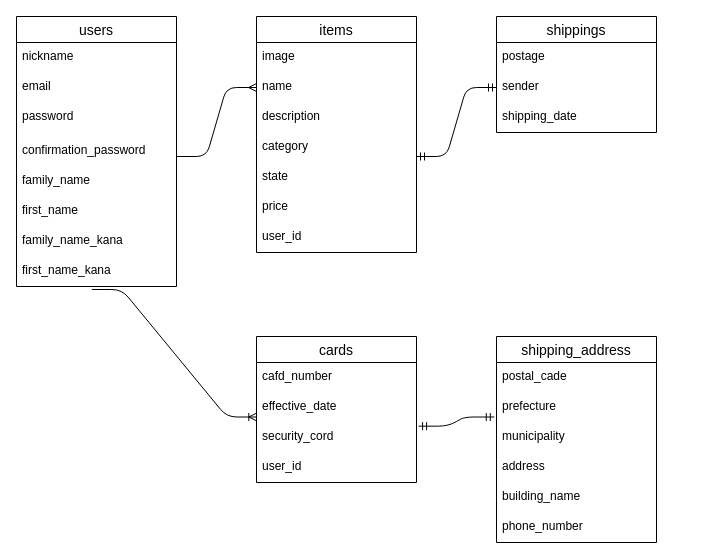
Above: furima.dio in cacaoman/furima-31730 (draw.io), before the change. Source tidied: cells renumbered, new cells numbered last; positions are measured from the earlier drawing's top-left corner, leaving out a move shared by most shapes. Both pictures are drawn from the tidied source at 100%, with x=0, y=0 at pixel (16, 16).
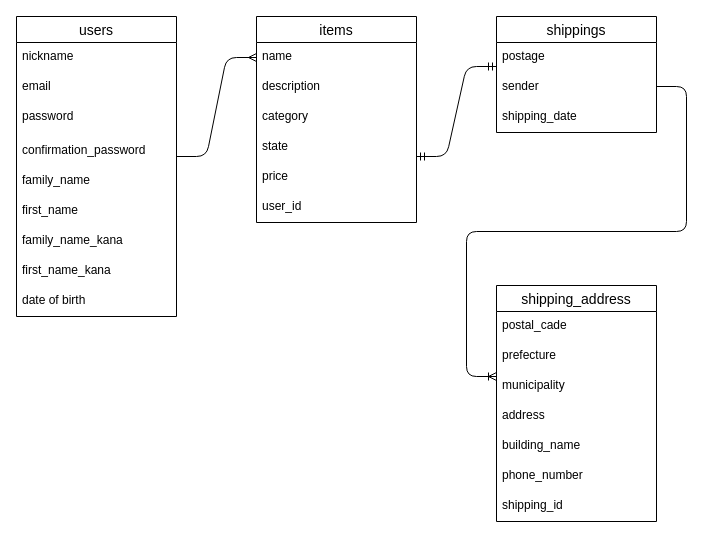
The same diagram, later.

Commit message (it also covers changes not shown here):
データベース設計(改訂版その1)

The change refers to these unchanged cells:
```xml
<mxCell id="10" value="first_name_kana" style="text;strokeColor=none;fillColor=none;spacingLeft=4;spacingRight=4;overflow=hidden;points=[[0,0.5],[1,0.5]];portConstraint=eastwest;fontSize=12;" parent="2" vertex="1">
  <mxGeometry y="240" width="160" height="30" as="geometry" />
</mxCell>
<mxCell id="21" value="postage" style="text;strokeColor=none;fillColor=none;spacingLeft=4;spacingRight=4;overflow=hidden;points=[[0,0.5],[1,0.5]];portConstraint=eastwest;fontSize=12;" parent="20" vertex="1">
  <mxGeometry y="26" width="160" height="30" as="geometry" />
</mxCell>
<mxCell id="22" value="sender" style="text;strokeColor=none;fillColor=none;spacingLeft=4;spacingRight=4;overflow=hidden;points=[[0,0.5],[1,0.5]];portConstraint=eastwest;fontSize=12;" parent="20" vertex="1">
  <mxGeometry y="56" width="160" height="30" as="geometry" />
</mxCell>
<mxCell id="29" value="prefecture" style="text;strokeColor=none;fillColor=none;spacingLeft=4;spacingRight=4;overflow=hidden;points=[[0,0.5],[1,0.5]];portConstraint=eastwest;fontSize=12;" parent="27" vertex="1">
  <mxGeometry y="56" width="160" height="30" as="geometry" />
</mxCell>
```

The edit, as a diff of the source:
```diff
@@
     <mxCell id="2" value="users" style="swimlane;fontStyle=0;horizontal=1;startSize=26;align=center;fontSize=14;" parent="1" vertex="1">
-      <mxGeometry width="160" height="270" as="geometry" />
+      <mxGeometry width="160" height="300" as="geometry" />
     </mxCell>
@@
+    <mxCell id="39" value="date of birth" style="text;strokeColor=none;fillColor=none;spacingLeft=4;spacingRight=4;overflow=hidden;fontSize=12;" parent="2" vertex="1">
+      <mxGeometry y="270" width="160" height="30" as="geometry" />
+    </mxCell>
@@
     <mxCell id="12" value="items" style="swimlane;fontStyle=0;horizontal=1;startSize=26;align=center;fontSize=14;" parent="1" vertex="1">
-      <mxGeometry x="240" width="160" height="236" as="geometry" />
+      <mxGeometry x="240" width="160" height="206" as="geometry" />
     </mxCell>
-    <mxCell id="13" value="image&#10;&#10;" style="text;strokeColor=none;fillColor=none;spacingLeft=4;spacingRight=4;overflow=hidden;fontSize=12;" parent="12" vertex="1">
-      <mxGeometry y="26" width="160" height="30" as="geometry" />
-    </mxCell>
     <mxCell id="14" value="name&#10;&#10;" style="text;strokeColor=none;fillColor=none;spacingLeft=4;spacingRight=4;overflow=hidden;points=[[0,0.5],[1,0.5]];portConstraint=eastwest;fontSize=12;" parent="12" vertex="1">
-      <mxGeometry y="56" width="160" height="30" as="geometry" />
+      <mxGeometry y="26" width="160" height="30" as="geometry" />
     </mxCell>
     <mxCell id="15" value="description" style="text;strokeColor=none;fillColor=none;spacingLeft=4;spacingRight=4;overflow=hidden;fontSize=12;" parent="12" vertex="1">
-      <mxGeometry y="86" width="160" height="30" as="geometry" />
+      <mxGeometry y="56" width="160" height="30" as="geometry" />
     </mxCell>
     <mxCell id="16" value="category" style="text;strokeColor=none;fillColor=none;spacingLeft=4;spacingRight=4;overflow=hidden;fontSize=12;fontStyle=0;" parent="12" vertex="1">
-      <mxGeometry y="116" width="160" height="30" as="geometry" />
+      <mxGeometry y="86" width="160" height="30" as="geometry" />
     </mxCell>
     <mxCell id="17" value="state" style="text;strokeColor=none;fillColor=none;spacingLeft=4;spacingRight=4;overflow=hidden;fontSize=12;" parent="12" vertex="1">
-      <mxGeometry y="146" width="160" height="30" as="geometry" />
+      <mxGeometry y="116" width="160" height="30" as="geometry" />
     </mxCell>
     <mxCell id="18" value="price" style="text;strokeColor=none;fillColor=none;spacingLeft=4;spacingRight=4;overflow=hidden;fontSize=12;" parent="12" vertex="1">
-      <mxGeometry y="176" width="160" height="30" as="geometry" />
+      <mxGeometry y="146" width="160" height="30" as="geometry" />
     </mxCell>
     <mxCell id="19" value="user_id" style="text;strokeColor=none;fillColor=none;spacingLeft=4;spacingRight=4;overflow=hidden;fontSize=12;" parent="12" vertex="1">
-      <mxGeometry y="206" width="160" height="30" as="geometry" />
+      <mxGeometry y="176" width="160" height="30" as="geometry" />
     </mxCell>
@@
-    <mxCell id="24" style="edgeStyle=entityRelationEdgeStyle;fontSize=12;html=1;endArrow=ERmandOne;startArrow=ERmandOne;entryX=-0.014;entryY=0.817;entryDx=0;entryDy=0;entryPerimeter=0;exitX=1.013;exitY=0.122;exitDx=0;exitDy=0;exitPerimeter=0;" parent="1" edge="1" source="37" target="29">
-      <mxGeometry relative="1" as="geometry" />
-    </mxCell>
-    <mxCell id="25" style="edgeStyle=entityRelationEdgeStyle;fontSize=12;html=1;endArrow=ERmandOne;startArrow=ERmandOne;entryX=0;entryY=0.5;entryDx=0;entryDy=0;" parent="1" edge="1" target="22">
+    <mxCell id="25" style="edgeStyle=entityRelationEdgeStyle;fontSize=12;html=1;endArrow=ERmandOne;startArrow=ERmandOne;entryX=0;entryY=0.8;entryDx=0;entryDy=0;entryPerimeter=0;" parent="1" edge="1" target="21">
       <mxGeometry relative="1" as="geometry">
         <mxPoint x="400" y="140" as="sourcePoint" />
       </mxGeometry>
     </mxCell>
-    <mxCell id="26" style="edgeStyle=entityRelationEdgeStyle;fontSize=12;html=1;endArrow=ERoneToMany;exitX=0.471;exitY=1.1;exitDx=0;exitDy=0;exitPerimeter=0;entryX=0.002;entryY=0.817;entryDx=0;entryDy=0;entryPerimeter=0;" parent="1" edge="1" source="10" target="36">
-      <mxGeometry relative="1" as="geometry" />
-    </mxCell>
+    <mxCell id="40" style="edgeStyle=entityRelationEdgeStyle;fontSize=12;html=1;endArrow=ERoneToMany;" parent="1" edge="1">
+      <mxGeometry relative="1" as="geometry">
+        <mxPoint x="640" y="70" as="sourcePoint" />
+        <mxPoint x="480" y="360" as="targetPoint" />
+      </mxGeometry>
+    </mxCell>
     <mxCell id="27" value="shipping_address" style="swimlane;fontStyle=0;horizontal=1;startSize=26;align=center;fontSize=14;" parent="1" vertex="1">
-      <mxGeometry x="480" y="320" width="160" height="206" as="geometry" />
+      <mxGeometry x="480" y="269" width="160" height="236" as="geometry" />
     </mxCell>
@@
-    <mxCell id="34" value="cards" style="swimlane;fontStyle=0;horizontal=1;startSize=26;align=center;fontSize=14;" parent="1" vertex="1">
-      <mxGeometry x="240" y="320" width="160" height="146" as="geometry" />
-    </mxCell>
-    <mxCell id="35" value="cafd_number" style="text;strokeColor=none;fillColor=none;spacingLeft=4;spacingRight=4;overflow=hidden;fontSize=12;" parent="34" vertex="1">
-      <mxGeometry y="26" width="160" height="30" as="geometry" />
-    </mxCell>
-    <mxCell id="36" value="effective_date" style="text;strokeColor=none;fillColor=none;spacingLeft=4;spacingRight=4;overflow=hidden;points=[[0,0.5],[1,0.5]];portConstraint=eastwest;fontSize=12;" parent="34" vertex="1">
-      <mxGeometry y="56" width="160" height="30" as="geometry" />
-    </mxCell>
-    <mxCell id="37" value="security_cord" style="text;strokeColor=none;fillColor=none;spacingLeft=4;spacingRight=4;overflow=hidden;points=[[0,0.5],[1,0.5]];portConstraint=eastwest;fontSize=12;" parent="34" vertex="1">
-      <mxGeometry y="86" width="160" height="30" as="geometry" />
-    </mxCell>
-    <mxCell id="38" value="user_id" style="text;strokeColor=none;fillColor=none;spacingLeft=4;spacingRight=4;overflow=hidden;fontSize=12;" parent="34" vertex="1">
-      <mxGeometry y="116" width="160" height="30" as="geometry" />
-    </mxCell>
+    <mxCell id="41" value="shipping_id" style="text;strokeColor=none;fillColor=none;spacingLeft=4;spacingRight=4;overflow=hidden;fontSize=12;" parent="27" vertex="1">
+      <mxGeometry y="206" width="160" height="30" as="geometry" />
+    </mxCell>
```
